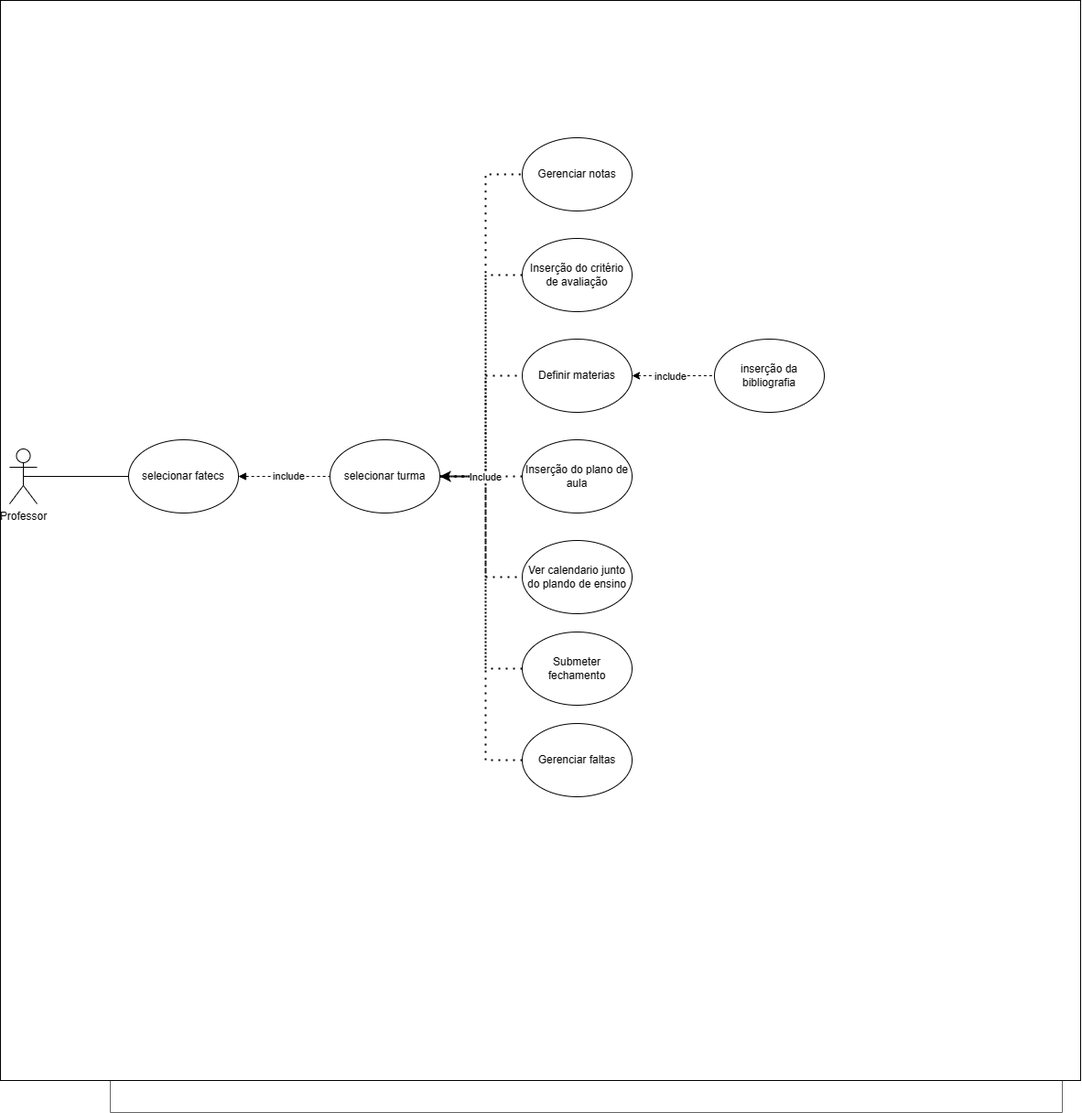
Before: documentação/cdu/caso_de_uso_professor.drawio.png, a diagram exported from draw.io (hkokt/br.com.sigasoqbom.documentacao). Source tidied: cells renumbered, new cells last; positions are measured from the earlier drawing's top-left corner, leaving out a move shared by most shapes. Source of this version:
```xml
<mxGraphModel>
  <root>
    <mxCell id="0" />
    <mxCell id="1" parent="0" />
    <mxCell id="2" style="swimlane;startSize=0;fillColor=default;fontColor=#333333;strokeColor=#666666;rounded=0;shadow=0;glass=1;" parent="1" vertex="1">
      <mxGeometry x="120" y="40" width="1040" height="1175" as="geometry" />
    </mxCell>
    <mxCell id="3" style="whiteSpace=wrap;html=1;" parent="2" vertex="1">
      <mxGeometry x="-120" y="-40" width="1180" height="1180" as="geometry" />
    </mxCell>
    <mxCell id="4" value="inserção da bibliografia" style="ellipse;whiteSpace=wrap;html=1;" parent="2" vertex="1">
      <mxGeometry x="660" y="330" width="120" height="80" as="geometry" />
    </mxCell>
    <mxCell id="5" value="Definir materias" style="ellipse;whiteSpace=wrap;html=1;" parent="1" vertex="1">
      <mxGeometry x="570" y="370" width="120" height="80" as="geometry" />
    </mxCell>
    <mxCell id="6" value="Inserção do critério de avaliação" style="ellipse;whiteSpace=wrap;html=1;" parent="1" vertex="1">
      <mxGeometry x="570" y="260" width="120" height="80" as="geometry" />
    </mxCell>
    <mxCell id="7" value="Gerenciar notas" style="ellipse;whiteSpace=wrap;html=1;" parent="1" vertex="1">
      <mxGeometry x="570" y="150" width="120" height="80" as="geometry" />
    </mxCell>
    <mxCell id="8" value="Inserção do plano de aula" style="ellipse;whiteSpace=wrap;html=1;" parent="1" vertex="1">
      <mxGeometry x="570" y="480" width="120" height="80" as="geometry" />
    </mxCell>
    <mxCell id="9" value="Ver calendario junto do plando de ensino" style="ellipse;whiteSpace=wrap;html=1;" parent="1" vertex="1">
      <mxGeometry x="570" y="590" width="120" height="80" as="geometry" />
    </mxCell>
    <mxCell id="10" value="Submeter fechamento" style="ellipse;whiteSpace=wrap;html=1;" parent="1" vertex="1">
      <mxGeometry x="570" y="690" width="120" height="80" as="geometry" />
    </mxCell>
    <mxCell id="11" value="Gerenciar faltas" style="ellipse;whiteSpace=wrap;html=1;" parent="1" vertex="1">
      <mxGeometry x="570" y="790" width="120" height="80" as="geometry" />
    </mxCell>
    <mxCell id="12" style="edgeStyle=none;jettySize=auto;html=1;rounded=0;endArrow=none;endFill=0;entryX=0;entryY=0.5;entryDx=0;entryDy=0;exitX=1;exitY=0.5;exitDx=0;exitDy=0;dashed=1;startArrow=classic;startFill=1;" parent="1" edge="1" source="5" target="4">
      <mxGeometry relative="1" as="geometry" />
    </mxCell>
    <mxCell id="13" value="include" style="edgeLabel;html=1;align=center;verticalAlign=middle;" parent="12" vertex="1">
      <mxGeometry x="-0.09" relative="1" as="geometry" />
    </mxCell>
    <mxCell id="14" value="selecionar turma" style="ellipse;whiteSpace=wrap;html=1;" parent="1" vertex="1">
      <mxGeometry x="360" y="480" width="120" height="80" as="geometry" />
    </mxCell>
    <mxCell id="15" value="selecionar fatecs" style="ellipse;whiteSpace=wrap;html=1;" parent="1" vertex="1">
      <mxGeometry x="140" y="480" width="120" height="80" as="geometry" />
    </mxCell>
    <mxCell id="16" style="edgeStyle=none;jettySize=auto;html=1;rounded=0;endArrow=none;endFill=0;exitX=1;exitY=0.5;exitDx=0;exitDy=0;dashed=1;startArrow=block;startFill=1;" parent="1" edge="1" source="15">
      <mxGeometry relative="1" as="geometry">
        <mxPoint x="360" y="520" as="targetPoint" />
      </mxGeometry>
    </mxCell>
    <mxCell id="17" value="include" style="edgeLabel;html=1;align=center;verticalAlign=middle;" parent="16" vertex="1">
      <mxGeometry x="0.1" y="1" relative="1" as="geometry" />
    </mxCell>
    <mxCell id="18" style="endArrow=none;dashed=1;html=1;dashPattern=1 3;strokeWidth=2;rounded=0;exitX=0;exitY=0.5;exitDx=0;exitDy=0;entryX=1;entryY=0.5;entryDx=0;entryDy=0;" parent="1" edge="1" source="8" target="14">
      <mxGeometry relative="1" as="geometry" />
    </mxCell>
    <mxCell id="19" style="endArrow=none;dashed=1;html=1;dashPattern=1 3;strokeWidth=2;rounded=0;exitX=1;exitY=0.5;exitDx=0;exitDy=0;entryX=0;entryY=0.5;entryDx=0;entryDy=0;" parent="1" edge="1" source="14" target="9">
      <mxGeometry relative="1" as="geometry">
        <Array as="points">
          <mxPoint x="530" y="520" />
          <mxPoint x="530" y="630" />
        </Array>
      </mxGeometry>
    </mxCell>
    <mxCell id="20" style="endArrow=none;dashed=1;html=1;dashPattern=1 3;strokeWidth=2;rounded=0;exitX=0;exitY=0.5;exitDx=0;exitDy=0;entryX=1;entryY=0.5;entryDx=0;entryDy=0;" parent="1" edge="1" source="10" target="14">
      <mxGeometry relative="1" as="geometry">
        <Array as="points">
          <mxPoint x="530" y="730" />
          <mxPoint x="530" y="520" />
        </Array>
      </mxGeometry>
    </mxCell>
    <mxCell id="21" style="endArrow=none;dashed=1;html=1;dashPattern=1 3;strokeWidth=2;rounded=0;exitX=0;exitY=0.5;exitDx=0;exitDy=0;entryX=1;entryY=0.5;entryDx=0;entryDy=0;" parent="1" edge="1" source="11" target="14">
      <mxGeometry relative="1" as="geometry">
        <Array as="points">
          <mxPoint x="530" y="830" />
          <mxPoint x="530" y="520" />
        </Array>
      </mxGeometry>
    </mxCell>
    <mxCell id="22" style="endArrow=none;dashed=1;html=1;dashPattern=1 3;strokeWidth=2;rounded=0;exitX=1;exitY=0.5;exitDx=0;exitDy=0;entryX=0;entryY=0.5;entryDx=0;entryDy=0;" parent="1" edge="1" source="14" target="5">
      <mxGeometry relative="1" as="geometry">
        <Array as="points">
          <mxPoint x="530" y="520" />
          <mxPoint x="530" y="410" />
        </Array>
      </mxGeometry>
    </mxCell>
    <mxCell id="23" style="endArrow=none;dashed=1;html=1;dashPattern=1 3;strokeWidth=2;rounded=0;exitX=0;exitY=0.5;exitDx=0;exitDy=0;entryX=1;entryY=0.5;entryDx=0;entryDy=0;" parent="1" edge="1" source="6" target="14">
      <mxGeometry relative="1" as="geometry">
        <Array as="points">
          <mxPoint x="530" y="300" />
          <mxPoint x="530" y="520" />
        </Array>
      </mxGeometry>
    </mxCell>
    <mxCell id="24" style="endArrow=none;dashed=1;html=1;dashPattern=1 3;strokeWidth=2;rounded=0;exitX=1;exitY=0.5;exitDx=0;exitDy=0;entryX=0;entryY=0.5;entryDx=0;entryDy=0;startArrow=classic;startFill=1;" parent="1" edge="1" source="14" target="7">
      <mxGeometry relative="1" as="geometry">
        <Array as="points">
          <mxPoint x="530" y="520" />
          <mxPoint x="530" y="190" />
        </Array>
      </mxGeometry>
    </mxCell>
    <mxCell id="25" value="Include" style="edgeLabel;html=1;align=center;verticalAlign=middle;" parent="24" vertex="1">
      <mxGeometry x="-0.6" y="1" relative="1" as="geometry">
        <mxPoint y="33" as="offset" />
      </mxGeometry>
    </mxCell>
    <mxCell id="26" value="Professor" style="shape=umlActor;verticalLabelPosition=bottom;verticalAlign=top;html=1;outlineConnect=0;" parent="1" vertex="1">
      <mxGeometry x="10" y="490" width="30" height="60" as="geometry" />
    </mxCell>
    <mxCell id="27" style="endArrow=none;html=1;rounded=0;exitX=0.5;exitY=0.5;exitDx=0;exitDy=0;exitPerimeter=0;entryX=0;entryY=0.5;entryDx=0;entryDy=0;" parent="1" edge="1" source="26" target="15">
      <mxGeometry relative="1" as="geometry" />
    </mxCell>
  </root>
</mxGraphModel>
```
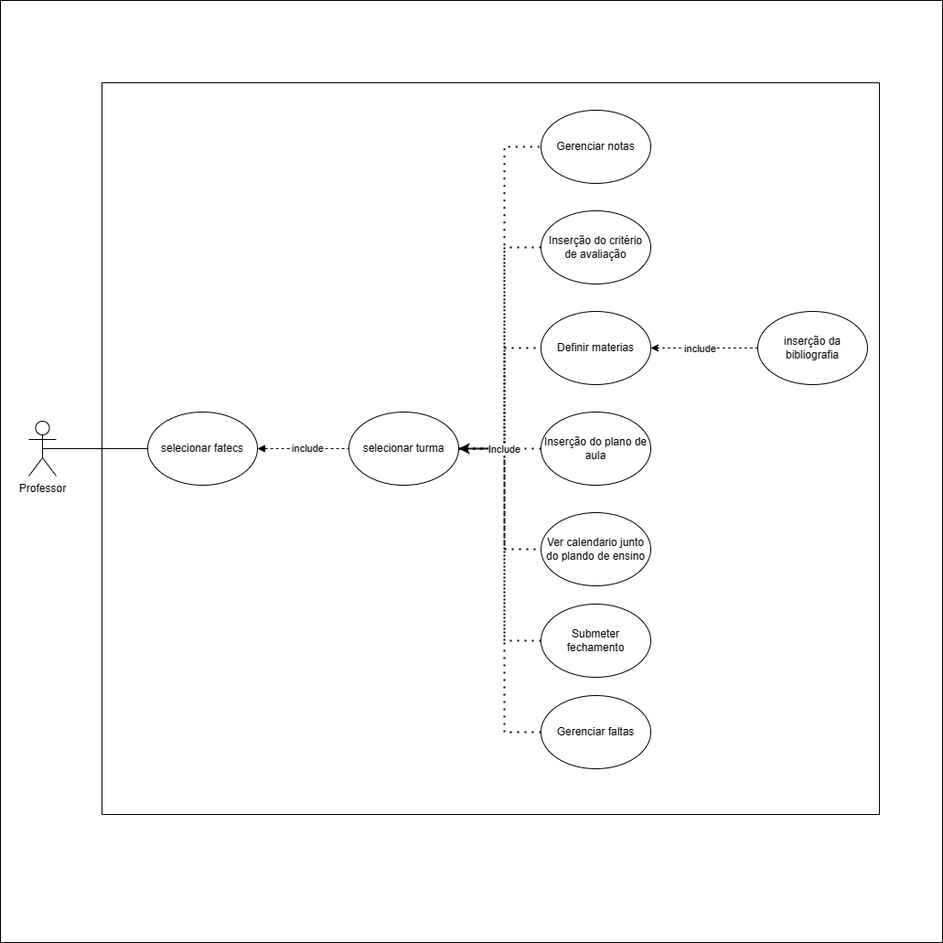
Above is the later version.

Change to the diagram source:
```diff
@@ -2,15 +2,12 @@
   <root>
     <mxCell id="0" />
     <mxCell id="1" parent="0" />
-    <mxCell id="2" style="swimlane;startSize=0;fillColor=default;fontColor=#333333;strokeColor=#666666;rounded=0;shadow=0;glass=1;" parent="1" vertex="1">
-      <mxGeometry x="120" y="40" width="1040" height="1175" as="geometry" />
-    </mxCell>
-    <mxCell id="3" style="whiteSpace=wrap;html=1;" parent="2" vertex="1">
-      <mxGeometry x="-120" y="-40" width="1180" height="1180" as="geometry" />
-    </mxCell>
-    <mxCell id="4" value="inserção da bibliografia" style="ellipse;whiteSpace=wrap;html=1;" parent="2" vertex="1">
-      <mxGeometry x="660" y="330" width="120" height="80" as="geometry" />
-    </mxCell>
+    <mxCell id="28" style="whiteSpace=wrap;html=1;" parent="1" vertex="1">
+      <mxGeometry x="-21" y="30" width="1030" height="1030" as="geometry" />
+    </mxCell>
+    <mxCell id="26" value="Professor" style="shape=umlActor;verticalLabelPosition=bottom;verticalAlign=top;html=1;outlineConnect=0;" parent="1" vertex="1">
+      <mxGeometry x="10" y="490" width="30" height="60" as="geometry" />
+    </mxCell>
     <mxCell id="5" value="Definir materias" style="ellipse;whiteSpace=wrap;html=1;" parent="1" vertex="1">
       <mxGeometry x="570" y="370" width="120" height="80" as="geometry" />
     </mxCell>
@@ -108,11 +105,14 @@
         <mxPoint y="33" as="offset" />
       </mxGeometry>
     </mxCell>
-    <mxCell id="26" value="Professor" style="shape=umlActor;verticalLabelPosition=bottom;verticalAlign=top;html=1;outlineConnect=0;" parent="1" vertex="1">
-      <mxGeometry x="10" y="490" width="30" height="60" as="geometry" />
-    </mxCell>
     <mxCell id="27" style="endArrow=none;html=1;rounded=0;exitX=0.5;exitY=0.5;exitDx=0;exitDy=0;exitPerimeter=0;entryX=0;entryY=0.5;entryDx=0;entryDy=0;" parent="1" edge="1" source="26" target="15">
       <mxGeometry relative="1" as="geometry" />
     </mxCell>
+    <mxCell id="4" value="inserção da bibliografia" style="ellipse;whiteSpace=wrap;html=1;" parent="1" vertex="1">
+      <mxGeometry x="807" y="370" width="120" height="80" as="geometry" />
+    </mxCell>
+    <mxCell id="29" style="swimlane;startSize=0;" parent="1" vertex="1">
+      <mxGeometry x="90" y="120" width="850" height="800" as="geometry" />
+    </mxCell>
   </root>
 </mxGraphModel>
```
